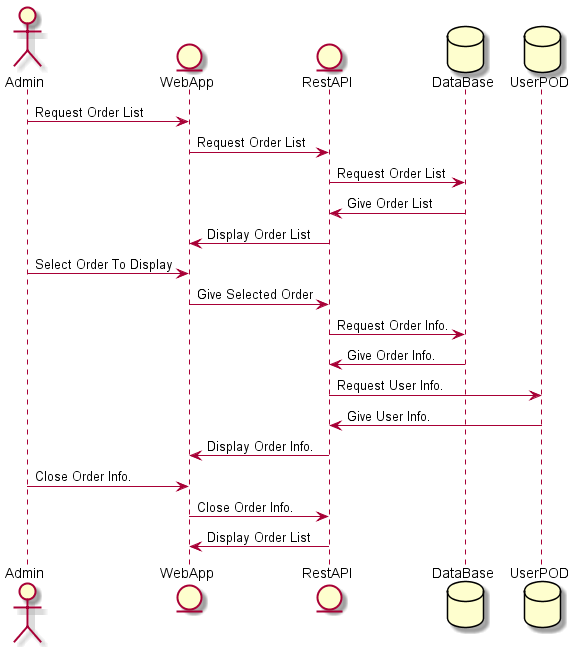
The PlantUML diagram images/AdminMonitorOrderStatus.png in Arquisoft/dede_es3c, before a commit.
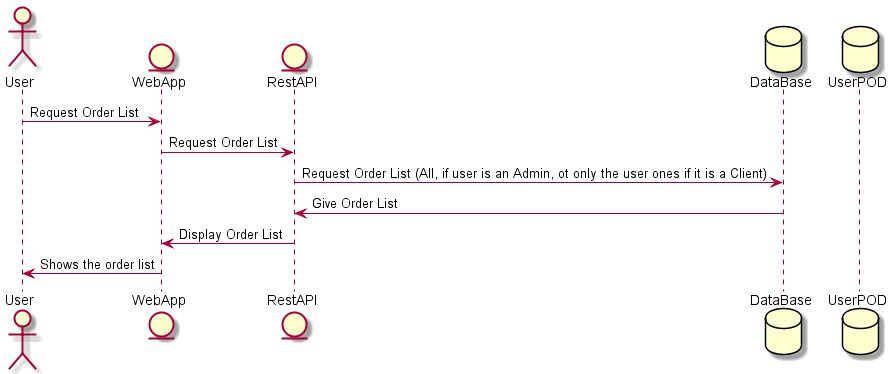
After the change.

Change to the diagram source:
```diff
@@ -1,23 +1,14 @@
 @startuml
-actor Admin
+actor User
 entity WebApp
 entity RestAPI
 database DataBase
 database UserPOD
 
-Admin -> WebApp: Request Order List
+User-> WebApp: Request Order List
 WebApp -> RestAPI: Request Order List
-RestAPI -> DataBase: Request Order List
+RestAPI -> DataBase: Request Order List (All, if user is an Admin, ot only the user ones if it is a Client)
 DataBase -> RestAPI: Give Order List
 RestAPI -> WebApp: Display Order List
-Admin -> WebApp: Select Order To Display
-WebApp -> RestAPI: Give Selected Order
-RestAPI -> DataBase: Request Order Info.
-DataBase -> RestAPI: Give Order Info.
-RestAPI -> UserPOD: Request User Info.
-UserPOD -> RestAPI: Give User Info.
-RestAPI -> WebApp: Display Order Info.
-Admin -> WebApp: Close Order Info.
-WebApp -> RestAPI: Close Order Info.
-RestAPI -> WebApp: Display Order List
+WebApp -> User: Shows the order list
 @enduml
```
